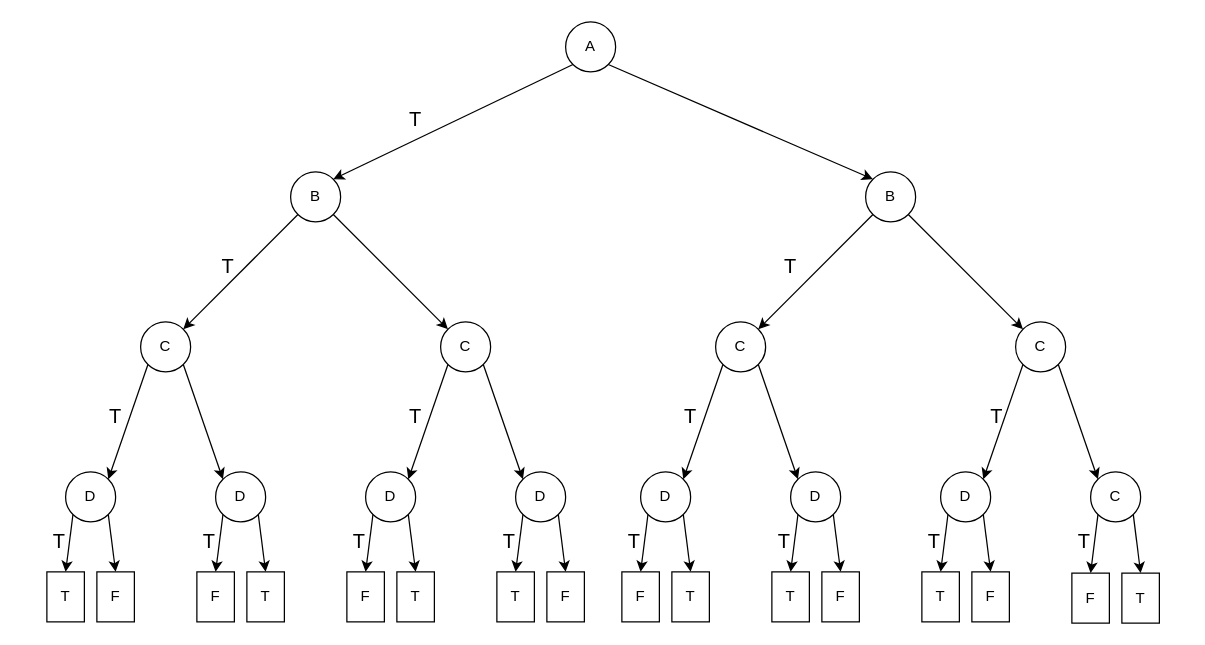
ChauCongTu/thiet-ke-linh-tinh keeps this draw.io diagram as tree.drawio. Above is the earlier version. Source tidied: cells renumbered, new cells numbered last; positions are measured from the earlier drawing's top-left corner, leaving out a move shared by most shapes. Both pictures are drawn from the tidied source at 125%, with x=0, y=0 at pixel (21, 21).
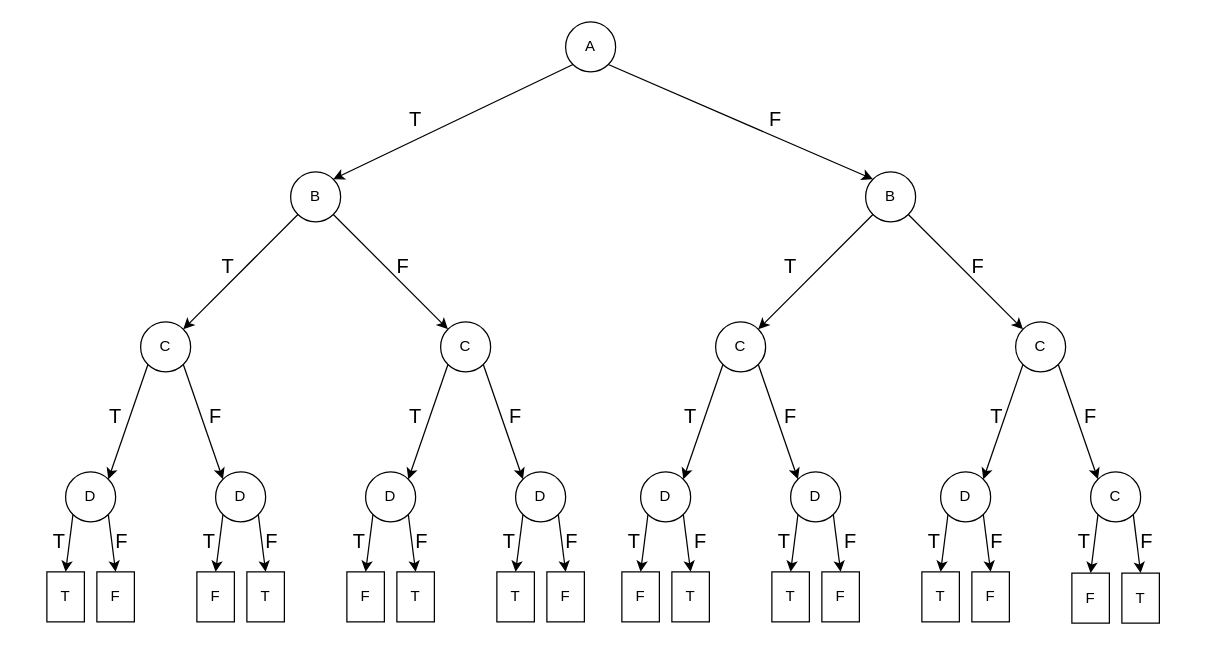
Above is the later version.

Commit message (it also covers changes not shown here):
Cập nhật tree.drawio

The edit, as a diff of the source:
```diff
@@
+    <mxCell id="78" value="F" style="text;html=1;strokeColor=none;fillColor=none;align=center;verticalAlign=middle;whiteSpace=wrap;rounded=0;rotation=0;fontSize=16;" parent="1" vertex="1">
+      <mxGeometry x="573" y="63" width="60" height="30" as="geometry" />
+    </mxCell>
+    <mxCell id="79" value="F" style="text;html=1;strokeColor=none;fillColor=none;align=center;verticalAlign=middle;whiteSpace=wrap;rounded=0;rotation=0;fontSize=16;" parent="1" vertex="1">
+      <mxGeometry x="275" y="180" width="60" height="30" as="geometry" />
+    </mxCell>
+    <mxCell id="80" value="F" style="text;html=1;strokeColor=none;fillColor=none;align=center;verticalAlign=middle;whiteSpace=wrap;rounded=0;rotation=0;fontSize=16;" parent="1" vertex="1">
+      <mxGeometry x="735" y="180" width="60" height="30" as="geometry" />
+    </mxCell>
+    <mxCell id="81" value="F" style="text;html=1;strokeColor=none;fillColor=none;align=center;verticalAlign=middle;whiteSpace=wrap;rounded=0;rotation=0;fontSize=16;" parent="1" vertex="1">
+      <mxGeometry x="585" y="300" width="60" height="30" as="geometry" />
+    </mxCell>
+    <mxCell id="82" value="F" style="text;html=1;strokeColor=none;fillColor=none;align=center;verticalAlign=middle;whiteSpace=wrap;rounded=0;rotation=0;fontSize=16;" parent="1" vertex="1">
+      <mxGeometry x="825" y="300" width="60" height="30" as="geometry" />
+    </mxCell>
+    <mxCell id="83" value="F" style="text;html=1;strokeColor=none;fillColor=none;align=center;verticalAlign=middle;whiteSpace=wrap;rounded=0;rotation=0;fontSize=16;" parent="1" vertex="1">
+      <mxGeometry x="365" y="300" width="60" height="30" as="geometry" />
+    </mxCell>
+    <mxCell id="84" value="F" style="text;html=1;strokeColor=none;fillColor=none;align=center;verticalAlign=middle;whiteSpace=wrap;rounded=0;rotation=0;fontSize=16;" parent="1" vertex="1">
+      <mxGeometry x="125" y="300" width="60" height="30" as="geometry" />
+    </mxCell>
+    <mxCell id="85" value="F" style="text;html=1;strokeColor=none;fillColor=none;align=center;verticalAlign=middle;whiteSpace=wrap;rounded=0;rotation=0;fontSize=16;" parent="1" vertex="1">
+      <mxGeometry x="50" y="400" width="60" height="30" as="geometry" />
+    </mxCell>
+    <mxCell id="86" value="F" style="text;html=1;strokeColor=none;fillColor=none;align=center;verticalAlign=middle;whiteSpace=wrap;rounded=0;rotation=0;fontSize=16;" parent="1" vertex="1">
+      <mxGeometry x="170" y="400" width="60" height="30" as="geometry" />
+    </mxCell>
+    <mxCell id="87" value="F" style="text;html=1;strokeColor=none;fillColor=none;align=center;verticalAlign=middle;whiteSpace=wrap;rounded=0;rotation=0;fontSize=16;" parent="1" vertex="1">
+      <mxGeometry x="290" y="400" width="60" height="30" as="geometry" />
+    </mxCell>
+    <mxCell id="88" value="F" style="text;html=1;strokeColor=none;fillColor=none;align=center;verticalAlign=middle;whiteSpace=wrap;rounded=0;rotation=0;fontSize=16;" parent="1" vertex="1">
+      <mxGeometry x="410" y="400" width="60" height="30" as="geometry" />
+    </mxCell>
+    <mxCell id="89" value="F" style="text;html=1;strokeColor=none;fillColor=none;align=center;verticalAlign=middle;whiteSpace=wrap;rounded=0;rotation=0;fontSize=16;" parent="1" vertex="1">
+      <mxGeometry x="513" y="400" width="60" height="30" as="geometry" />
+    </mxCell>
+    <mxCell id="90" value="F" style="text;html=1;strokeColor=none;fillColor=none;align=center;verticalAlign=middle;whiteSpace=wrap;rounded=0;rotation=0;fontSize=16;" parent="1" vertex="1">
+      <mxGeometry x="633" y="400" width="60" height="30" as="geometry" />
+    </mxCell>
+    <mxCell id="91" value="F" style="text;html=1;strokeColor=none;fillColor=none;align=center;verticalAlign=middle;whiteSpace=wrap;rounded=0;rotation=0;fontSize=16;" parent="1" vertex="1">
+      <mxGeometry x="750" y="400" width="60" height="30" as="geometry" />
+    </mxCell>
+    <mxCell id="92" value="F" style="text;html=1;strokeColor=none;fillColor=none;align=center;verticalAlign=middle;whiteSpace=wrap;rounded=0;rotation=0;fontSize=16;" parent="1" vertex="1">
+      <mxGeometry x="870" y="400" width="60" height="30" as="geometry" />
+    </mxCell>
```
